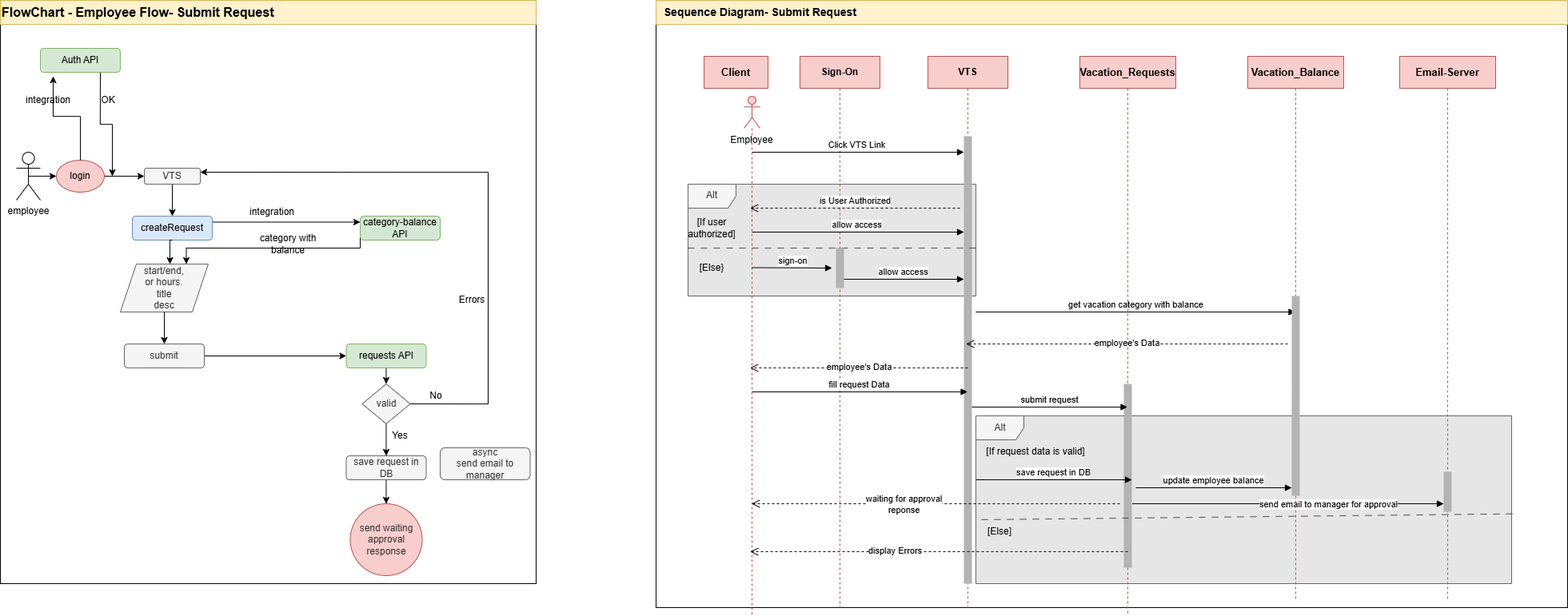
Above: images/VTS-submit request.png in Radwa-Kelany/task1-VTS (draw.io), before the change. Source tidied: cells renumbered, new cells last; positions are measured from the earlier drawing's top-left corner, leaving out a move shared by most shapes.
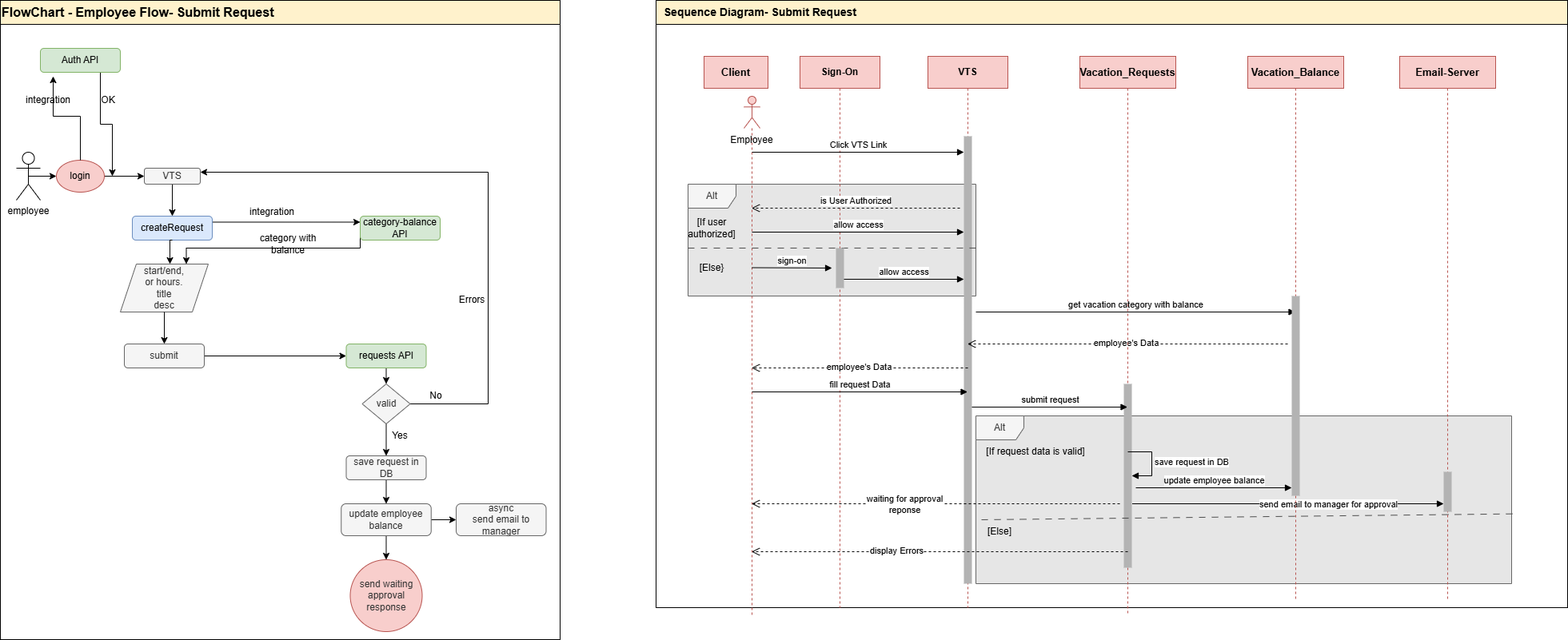
The same file after the commit.

The edit, as a diff of the source:
```diff
@@ -2,8 +2,8 @@
   <root>
     <mxCell id="0" />
     <mxCell id="1" parent="0" />
-    <mxCell id="2" style="rounded=0;whiteSpace=wrap;html=1;" parent="1" vertex="1">
-      <mxGeometry y="30" width="670" height="700" as="geometry" />
+    <mxCell id="2" style="rounded=0;whiteSpace=wrap;html=1;strokeColor=#000000;" parent="1" vertex="1">
+      <mxGeometry y="30" width="700" height="770" as="geometry" />
     </mxCell>
     <mxCell id="3" style="edgeStyle=orthogonalEdgeStyle;rounded=0;jettySize=auto;html=1;exitX=0.5;exitY=0.5;exitDx=0;exitDy=0;exitPerimeter=0;entryX=0;entryY=0.5;entryDx=0;entryDy=0;" parent="1" edge="1" source="4" target="6">
       <mxGeometry relative="1" as="geometry" />
@@ -90,10 +90,10 @@
       <mxGeometry x="432.5" y="570" width="100" height="30" as="geometry" />
     </mxCell>
     <mxCell id="27" value="async&lt;div&gt;send email to manager&lt;/div&gt;" style="rounded=1;whiteSpace=wrap;html=1;fillColor=#f5f5f5;fontColor=#333333;strokeColor=#666666;" parent="1" vertex="1">
-      <mxGeometry x="550" y="560" width="112.5" height="40" as="geometry" />
+      <mxGeometry x="570" y="630" width="112.5" height="40" as="geometry" />
     </mxCell>
     <mxCell id="28" value="&lt;span style=&quot;color: rgb(51, 51, 51);&quot;&gt;send waiting approval&lt;/span&gt;&lt;div style=&quot;color: rgb(51, 51, 51);&quot;&gt;response&lt;/div&gt;" style="ellipse;whiteSpace=wrap;html=1;fillColor=#f8cecc;strokeColor=#b85450;" parent="1" vertex="1">
-      <mxGeometry x="437.5" y="630" width="90" height="90" as="geometry" />
+      <mxGeometry x="437.5" y="700" width="90" height="90" as="geometry" />
     </mxCell>
     <mxCell id="29" style="edgeStyle=orthogonalEdgeStyle;rounded=0;jettySize=auto;html=1;exitX=0.75;exitY=1;exitDx=0;exitDy=0;" parent="1" edge="1" source="30">
       <mxGeometry relative="1" as="geometry">
@@ -118,8 +118,8 @@
     <mxCell id="35" value="submit" style="rounded=1;whiteSpace=wrap;html=1;fillColor=#f5f5f5;fontColor=#333333;strokeColor=#666666;" parent="1" vertex="1">
       <mxGeometry x="155" y="430" width="100" height="30" as="geometry" />
     </mxCell>
-    <mxCell id="36" value="&lt;b&gt;&lt;font style=&quot;font-size: 16px;&quot;&gt;FlowChart - Employee Flow- Submit Request&lt;/font&gt;&lt;/b&gt;" style="rounded=0;whiteSpace=wrap;html=1;align=left;fillColor=#fff2cc;strokeColor=#d6b656;" parent="1" vertex="1">
-      <mxGeometry width="670" height="30" as="geometry" />
+    <mxCell id="36" value="&lt;b&gt;&lt;font style=&quot;font-size: 16px;&quot;&gt;FlowChart - Employee Flow- Submit Request&lt;/font&gt;&lt;/b&gt;" style="rounded=0;whiteSpace=wrap;html=1;align=left;fillColor=#fff2cc;strokeColor=#000000;" parent="1" vertex="1">
+      <mxGeometry width="700" height="30" as="geometry" />
     </mxCell>
     <mxCell id="37" value="Errors" style="text;html=1;whiteSpace=wrap;strokeColor=none;fillColor=none;align=center;verticalAlign=middle;rounded=0;" parent="1" vertex="1">
       <mxGeometry x="560" y="360" width="60" height="30" as="geometry" />
@@ -271,18 +271,12 @@
         <mxPoint x="1215" y="509" as="sourcePoint" />
       </mxGeometry>
     </mxCell>
-    <mxCell id="74" value="&lt;b&gt;&lt;font style=&quot;font-size: 14px;&quot;&gt;&amp;nbsp; Sequence Diagram- Submit Request&lt;/font&gt;&lt;/b&gt;" style="rounded=0;whiteSpace=wrap;html=1;align=left;fillColor=#fff2cc;strokeColor=#d6b656;" parent="1" vertex="1">
+    <mxCell id="74" value="&lt;b&gt;&lt;font style=&quot;font-size: 14px;&quot;&gt;&amp;nbsp; Sequence Diagram- Submit Request&lt;/font&gt;&lt;/b&gt;" style="rounded=0;whiteSpace=wrap;html=1;align=left;fillColor=#fff2cc;strokeColor=#000000;" parent="1" vertex="1">
       <mxGeometry x="820" width="1140" height="30" as="geometry" />
     </mxCell>
     <mxCell id="75" value="Employee" style="text;html=1;whiteSpace=wrap;strokeColor=none;fillColor=none;align=center;verticalAlign=middle;rounded=0;" parent="1" vertex="1">
       <mxGeometry x="910" y="160" width="60" height="30" as="geometry" />
     </mxCell>
-    <mxCell id="76" value="&lt;span style=&quot;text-align: left;&quot;&gt;save request in DB&lt;/span&gt;" style="html=1;verticalAlign=bottom;endArrow=block;curved=0;rounded=0;" parent="1" edge="1">
-      <mxGeometry x="0.01" relative="1" as="geometry">
-        <mxPoint x="1220" y="600" as="sourcePoint" />
-        <mxPoint x="1415" y="600" as="targetPoint" />
-      </mxGeometry>
-    </mxCell>
     <mxCell id="77" value="&lt;b style=&quot;font-size: 13px;&quot;&gt;Vacation_Balance&lt;/b&gt;" style="shape=umlLifeline;perimeter=lifelinePerimeter;whiteSpace=wrap;html=1;outlineConnect=0;portConstraint=eastwest;newEdgeStyle={&quot;curved&quot;:0,&quot;rounded&quot;:0};fillColor=#f8cecc;strokeColor=#b85450;" parent="1" vertex="1">
       <mxGeometry x="1560" y="70" width="120" height="680" as="geometry" />
     </mxCell>
@@ -295,5 +289,24 @@
         <mxPoint x="1615" y="610" as="targetPoint" />
       </mxGeometry>
     </mxCell>
+    <mxCell id="76" value="save request in DB" style="html=1;align=left;spacingLeft=2;endArrow=block;rounded=0;edgeStyle=orthogonalEdgeStyle;curved=0;rounded=0;" parent="1" edge="1">
+      <mxGeometry relative="1" as="geometry">
+        <mxPoint x="1410" y="565" as="sourcePoint" />
+        <mxPoint x="1415" y="595" as="targetPoint" />
+        <Array as="points">
+          <mxPoint x="1440" y="565" />
+          <mxPoint x="1440" y="595" />
+        </Array>
+      </mxGeometry>
+    </mxCell>
+    <mxCell id="80" style="edgeStyle=orthogonalEdgeStyle;rounded=0;jettySize=auto;html=1;exitX=0.5;exitY=1;exitDx=0;exitDy=0;entryX=0.5;entryY=0;entryDx=0;entryDy=0;" parent="1" edge="1" source="82" target="28">
+      <mxGeometry relative="1" as="geometry" />
+    </mxCell>
+    <mxCell id="81" style="edgeStyle=orthogonalEdgeStyle;rounded=0;jettySize=auto;html=1;exitX=1;exitY=0.5;exitDx=0;exitDy=0;entryX=0;entryY=0.5;entryDx=0;entryDy=0;" parent="1" edge="1" source="82" target="27">
+      <mxGeometry relative="1" as="geometry" />
+    </mxCell>
+    <mxCell id="82" value="update employee&lt;div&gt;balance&lt;/div&gt;" style="rounded=1;whiteSpace=wrap;html=1;fillColor=#f5f5f5;fontColor=#333333;strokeColor=#666666;" parent="1" vertex="1">
+      <mxGeometry x="426.2" y="630" width="112.5" height="40" as="geometry" />
+    </mxCell>
   </root>
 </mxGraphModel>
```
